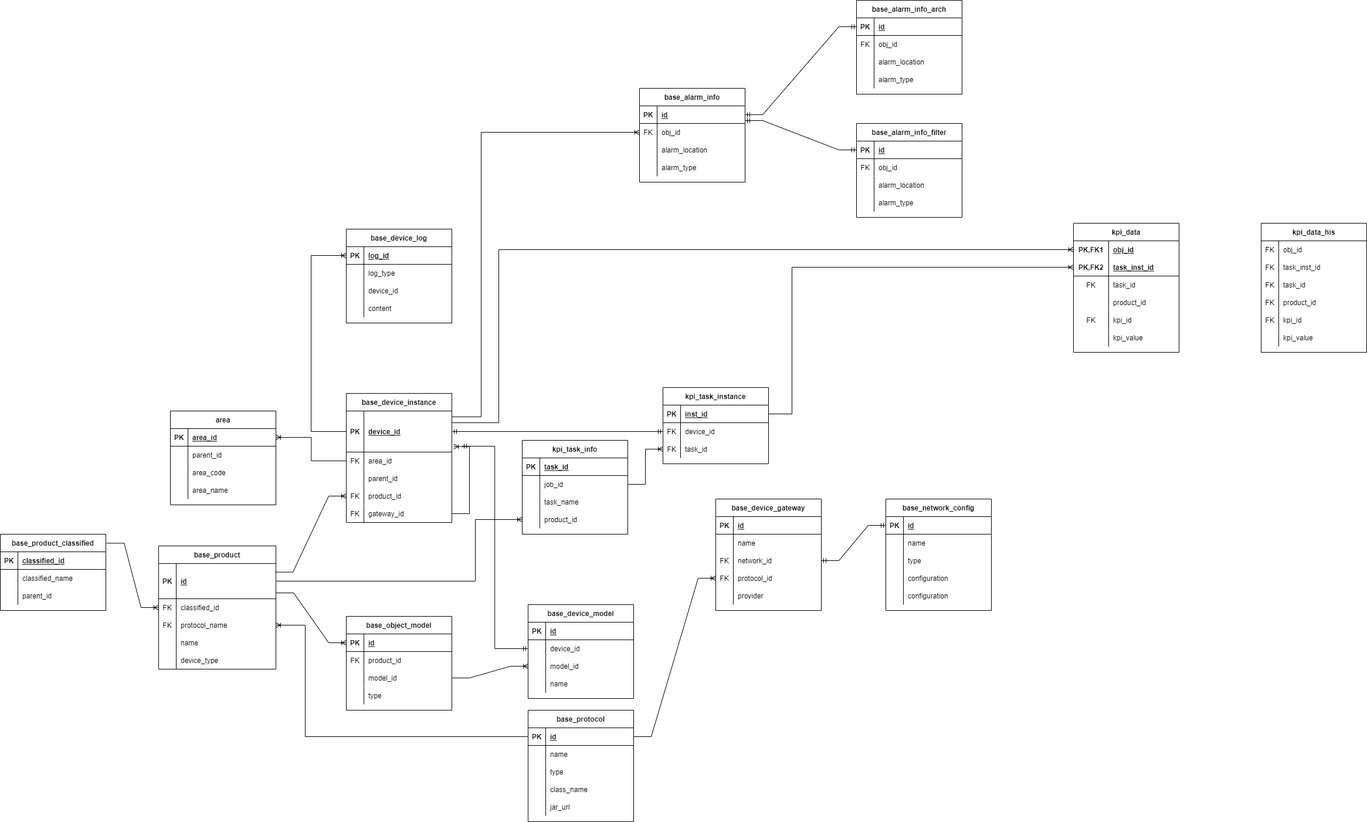
Above: Untitled Diagram.drawio.png in liuyucai/springcloud-config (draw.io), before the change. Source tidied: cells renumbered, new cells last; positions are measured from the earlier drawing's top-left corner, leaving out a move shared by most shapes.
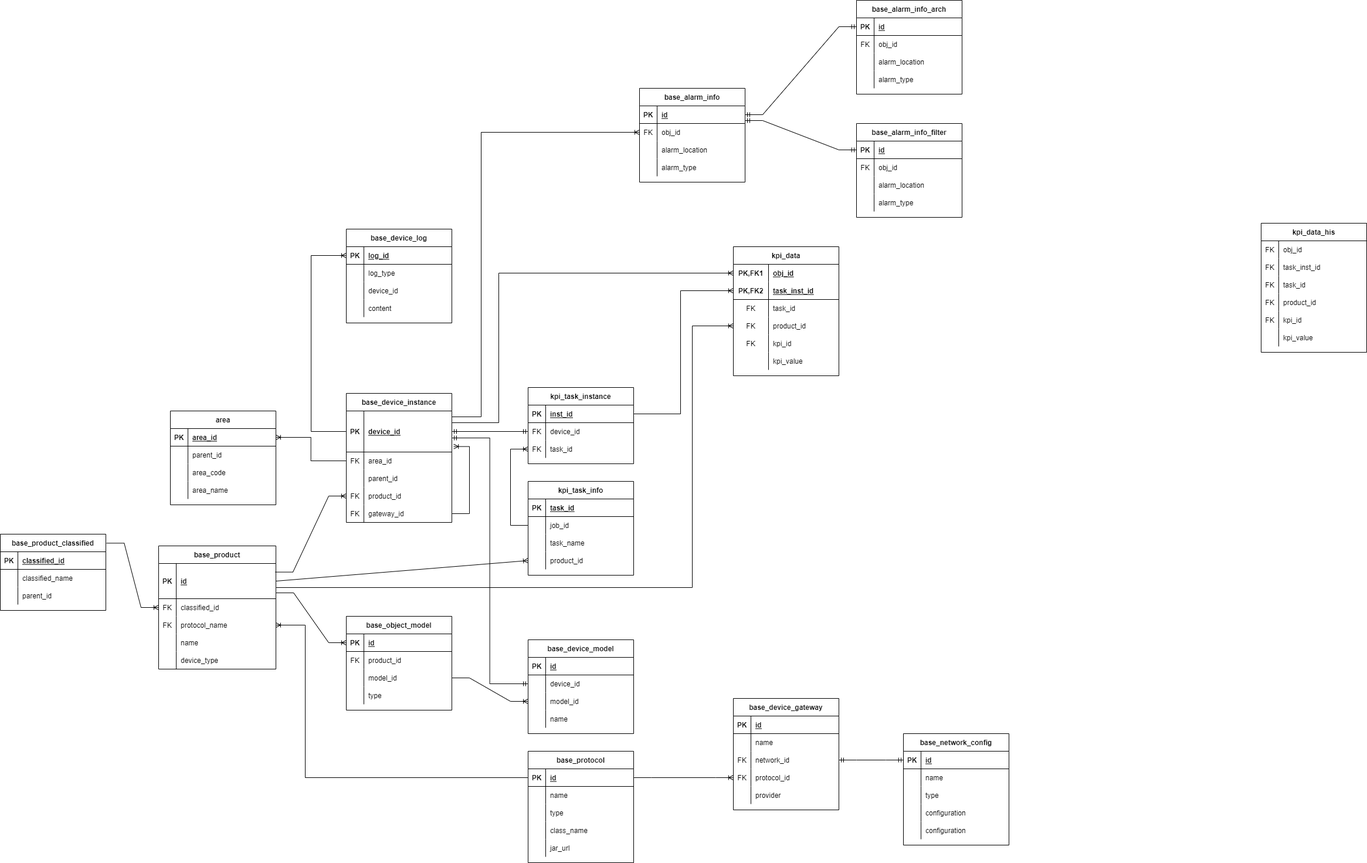
Later version of the same file.

Change to the diagram source:
```diff
@@ -226,7 +226,7 @@
       <mxGeometry relative="1" as="geometry" />
     </mxCell>
     <mxCell id="75" value="base_network_config" style="shape=table;startSize=30;rowLines=0;fontStyle=1;align=center;" parent="1" vertex="1">
-      <mxGeometry x="1510" y="850" width="180" height="190" as="geometry" />
+      <mxGeometry x="1540" y="1250" width="180" height="190" as="geometry" />
     </mxCell>
     <mxCell id="76" style="shape=tableRow;horizontal=0;startSize=0;swimlaneHead=0;swimlaneBody=0;fillColor=none;points=[[0,0.5],[1,0.5]];portConstraint=eastwest;top=0;left=0;right=0;bottom=1;" parent="75" vertex="1">
       <mxGeometry y="30" width="180" height="30" as="geometry" />
@@ -274,7 +274,7 @@
       <mxGeometry x="30" width="150" height="30" as="geometry" />
     </mxCell>
     <mxCell id="91" value="base_protocol" style="shape=table;startSize=30;rowLines=0;fontStyle=1;align=center;" parent="1" vertex="1">
-      <mxGeometry x="900" y="1210" width="180" height="190" as="geometry" />
+      <mxGeometry x="900" y="1280" width="180" height="190" as="geometry" />
     </mxCell>
     <mxCell id="92" style="shape=tableRow;horizontal=0;startSize=0;swimlaneHead=0;swimlaneBody=0;fillColor=none;points=[[0,0.5],[1,0.5]];portConstraint=eastwest;top=0;left=0;right=0;bottom=1;" parent="91" vertex="1">
       <mxGeometry y="30" width="180" height="30" as="geometry" />
@@ -330,7 +330,7 @@
       </mxGeometry>
     </mxCell>
     <mxCell id="108" value="base_device_gateway" style="shape=table;startSize=30;rowLines=0;fontStyle=1;align=center;" parent="1" vertex="1">
-      <mxGeometry x="1220" y="850" width="180" height="190" as="geometry" />
+      <mxGeometry x="1250" y="1190" width="180" height="190" as="geometry" />
     </mxCell>
     <mxCell id="109" style="shape=tableRow;horizontal=0;startSize=0;swimlaneHead=0;swimlaneBody=0;fillColor=none;top=0;left=0;right=0;bottom=1;" parent="108" vertex="1">
       <mxGeometry y="30" width="180" height="30" as="geometry" />
@@ -384,7 +384,7 @@
       <mxGeometry relative="1" as="geometry" />
     </mxCell>
     <mxCell id="126" value="base_device_model" style="shape=table;startSize=30;rowLines=0;fontStyle=1;align=center;" parent="1" vertex="1">
-      <mxGeometry x="900" y="1030" width="180" height="160" as="geometry" />
+      <mxGeometry x="900" y="1090" width="180" height="160" as="geometry" />
     </mxCell>
     <mxCell id="127" style="shape=tableRow;horizontal=0;startSize=0;swimlaneHead=0;swimlaneBody=0;fillColor=none;top=0;left=0;right=0;bottom=1;" parent="126" vertex="1">
       <mxGeometry y="30" width="180" height="30" as="geometry" />
@@ -424,7 +424,7 @@
     </mxCell>
     <mxCell id="139" style="edgeStyle=elbowEdgeStyle;fontSize=12;html=1;endArrow=ERmandOne;startArrow=ERmandOne;rounded=0;entryX=0;entryY=0.5;entryDx=0;entryDy=0;" parent="1" edge="1" target="130">
       <mxGeometry relative="1" as="geometry">
-        <mxPoint x="787" y="760" as="sourcePoint" />
+        <mxPoint x="770" y="746" as="sourcePoint" />
       </mxGeometry>
     </mxCell>
     <mxCell id="140" style="edgeStyle=entityRelationEdgeStyle;fontSize=12;html=1;endArrow=ERoneToMany;rounded=0;exitX=1;exitY=0.5;exitDx=0;exitDy=0;entryX=0;entryY=0.5;entryDx=0;entryDy=0;" parent="1" edge="1" source="57" target="133">
@@ -477,7 +477,7 @@
       </mxGeometry>
     </mxCell>
     <mxCell id="155" value="kpi_task_info" style="shape=table;startSize=30;rowLines=0;fontStyle=1;align=center;" parent="1" vertex="1">
-      <mxGeometry x="890" y="750" width="180" height="160" as="geometry" />
+      <mxGeometry x="900" y="820" width="180" height="160" as="geometry" />
     </mxCell>
     <mxCell id="156" style="shape=tableRow;horizontal=0;startSize=0;swimlaneHead=0;swimlaneBody=0;fillColor=none;top=0;left=0;right=0;bottom=1;" parent="155" vertex="1">
       <mxGeometry y="30" width="180" height="30" as="geometry" />
@@ -516,7 +516,7 @@
       <mxGeometry x="30" width="150" height="30" as="geometry" />
     </mxCell>
     <mxCell id="168" value="kpi_task_instance" style="shape=table;startSize=30;rowLines=0;fontStyle=1;align=center;" parent="1" vertex="1">
-      <mxGeometry x="1130" y="660" width="180" height="130" as="geometry" />
+      <mxGeometry x="900" y="660" width="180" height="130" as="geometry" />
     </mxCell>
     <mxCell id="169" style="shape=tableRow;horizontal=0;startSize=0;swimlaneHead=0;swimlaneBody=0;fillColor=none;points=[[0,0.5],[1,0.5]];portConstraint=eastwest;top=0;left=0;right=0;bottom=1;" parent="168" vertex="1">
       <mxGeometry y="30" width="180" height="30" as="geometry" />
@@ -682,7 +682,7 @@
       </mxGeometry>
     </mxCell>
     <mxCell id="221" value="kpi_data" style="shape=table;startSize=30;rowLines=0;fontStyle=1;align=center;" parent="1" vertex="1">
-      <mxGeometry x="1830" y="380" width="180" height="220" as="geometry" />
+      <mxGeometry x="1250" y="420" width="180" height="220" as="geometry" />
     </mxCell>
     <mxCell id="222" style="shape=tableRow;horizontal=0;startSize=0;swimlaneHead=0;swimlaneBody=0;fillColor=none;points=[[0,0.5],[1,0.5]];portConstraint=eastwest;top=0;left=0;right=0;bottom=0;" parent="221" vertex="1">
       <mxGeometry y="30" width="180" height="30" as="geometry" />
@@ -714,7 +714,7 @@
     <mxCell id="231" style="shape=tableRow;horizontal=0;startSize=0;swimlaneHead=0;swimlaneBody=0;fillColor=none;points=[[0,0.5],[1,0.5]];portConstraint=eastwest;top=0;left=0;right=0;bottom=0;" parent="221" vertex="1">
       <mxGeometry y="120" width="180" height="30" as="geometry" />
     </mxCell>
-    <mxCell id="232" style="shape=partialRectangle;fillColor=none;top=0;left=0;bottom=0;right=0;overflow=hidden;" parent="231" vertex="1">
+    <mxCell id="232" value="FK" style="shape=partialRectangle;fillColor=none;top=0;left=0;bottom=0;right=0;overflow=hidden;" parent="231" vertex="1">
       <mxGeometry width="60" height="30" as="geometry" />
     </mxCell>
     <mxCell id="233" value="product_id" style="shape=partialRectangle;fillColor=none;top=0;left=0;bottom=0;right=0;align=left;spacingLeft=6;overflow=hidden;" parent="231" vertex="1">
@@ -808,22 +808,29 @@
     <mxCell id="260" style="edgeStyle=elbowEdgeStyle;fontSize=12;html=1;endArrow=ERoneToMany;rounded=0;entryX=0;entryY=0.5;entryDx=0;entryDy=0;exitX=1;exitY=0.5;exitDx=0;exitDy=0;" parent="1" edge="1" source="169" target="225">
       <mxGeometry relative="1" as="geometry">
         <Array as="points">
+          <mxPoint x="1160" y="640" />
           <mxPoint x="1350" y="560" />
           <mxPoint x="1330" y="480" />
         </Array>
       </mxGeometry>
     </mxCell>
-    <mxCell id="261" style="edgeStyle=elbowEdgeStyle;fontSize=12;html=1;endArrow=ERoneToMany;rounded=0;exitX=1;exitY=0.5;exitDx=0;exitDy=0;entryX=0;entryY=0.5;entryDx=0;entryDy=0;" parent="1" edge="1" source="3" target="165">
-      <mxGeometry relative="1" as="geometry">
-        <Array as="points">
-          <mxPoint x="810" y="960" />
-          <mxPoint x="1130" y="820" />
-          <mxPoint x="1160" y="840" />
-        </Array>
-      </mxGeometry>
+    <mxCell id="261" style="fontSize=12;html=1;endArrow=ERoneToMany;rounded=0;exitX=1;exitY=0.5;exitDx=0;exitDy=0;entryX=0;entryY=0.5;entryDx=0;entryDy=0;" parent="1" edge="1" source="3" target="165">
+      <mxGeometry relative="1" as="geometry" />
     </mxCell>
-    <mxCell id="262" style="edgeStyle=entityRelationEdgeStyle;fontSize=12;html=1;endArrow=ERoneToMany;rounded=0;entryX=0;entryY=0.5;entryDx=0;entryDy=0;exitX=1;exitY=0.5;exitDx=0;exitDy=0;" parent="1" edge="1" source="159" target="175">
-      <mxGeometry relative="1" as="geometry" />
+    <mxCell id="262" style="fontSize=12;html=1;endArrow=ERoneToMany;rounded=0;entryX=0;entryY=0.5;entryDx=0;entryDy=0;exitX=0;exitY=0.5;exitDx=0;exitDy=0;edgeStyle=elbowEdgeStyle;" parent="1" edge="1" source="159" target="175">
+      <mxGeometry relative="1" as="geometry">
+        <Array as="points">
+          <mxPoint x="870" y="840" />
+        </Array>
+      </mxGeometry>
     </mxCell>
+    <mxCell id="263" style="edgeStyle=elbowEdgeStyle;fontSize=12;html=1;endArrow=ERoneToMany;rounded=0;" parent="1" edge="1" target="231">
+      <mxGeometry relative="1" as="geometry">
+        <mxPoint x="470" y="1001" as="sourcePoint" />
+        <Array as="points">
+          <mxPoint x="1180" y="780" />
+        </Array>
+      </mxGeometry>
+    </mxCell>
   </root>
 </mxGraphModel>
```
